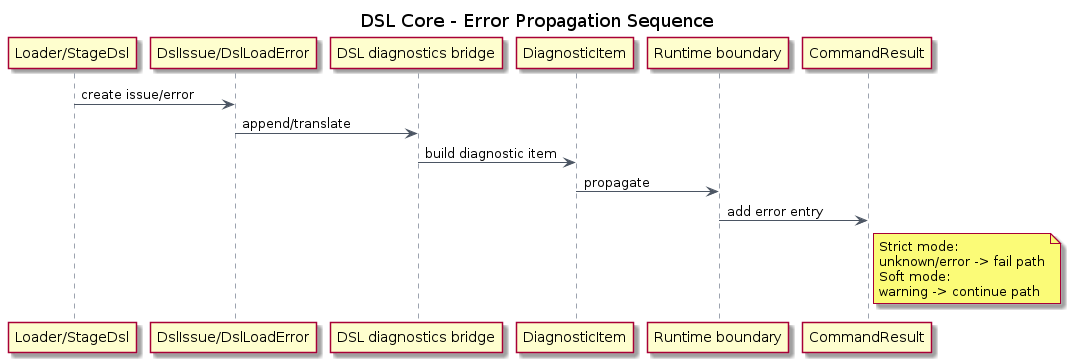
Before: docs/uml/transform/dsl/dsl_core_errors_sequence.png, a diagram exported from PlantUML (xORex-LC/nexus-etl). Its source is kept beside it as docs/uml/transform/dsl/dsl_core_errors_sequence.puml.
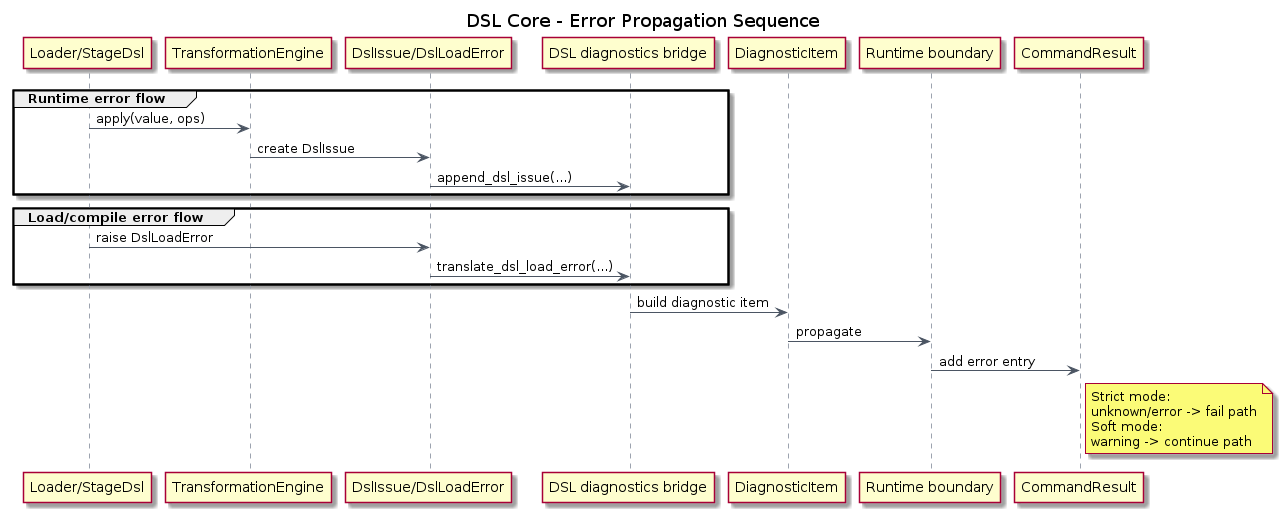
Later version of the same file.

The edit, as a diff of the source:
```diff
@@ -10,14 +10,24 @@
 }
 
 participant "Loader/StageDsl" as Dsl
+participant "TransformationEngine" as Engine
 participant "DslIssue/DslLoadError" as Issues
 participant "DSL diagnostics bridge" as Bridge
 participant "DiagnosticItem" as Diagnostic
 participant "Runtime boundary" as Boundary
 participant "CommandResult" as Result
 
-Dsl -> Issues: create issue/error
-Issues -> Bridge: append/translate
+group Runtime error flow
+  Dsl -> Engine: apply(value, ops)
+  Engine -> Issues: create DslIssue
+  Issues -> Bridge: append_dsl_issue(...)
+end
+
+group Load/compile error flow
+  Dsl -> Issues: raise DslLoadError
+  Issues -> Bridge: translate_dsl_load_error(...)
+end
+
 Bridge -> Diagnostic: build diagnostic item
 Diagnostic -> Boundary: propagate
 Boundary -> Result: add error entry
```
